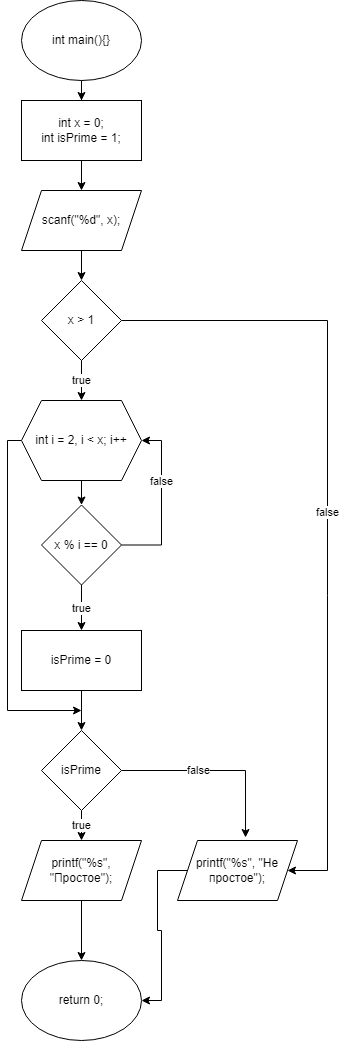
RusinatorDASR/GB_Algorithms keeps this draw.io diagram as DZ2 Diagram.png. Above is the earlier version. Source tidied: cells renumbered, new cells last; positions are measured from the earlier drawing's top-left corner, leaving out a move shared by most shapes. The source it was exported from:
```xml
<mxGraphModel>
  <root>
    <mxCell id="0" />
    <mxCell id="1" parent="0" />
    <mxCell id="2" style="edgeStyle=orthogonalEdgeStyle;rounded=0;jettySize=auto;html=1;entryX=0.5;entryY=0;entryDx=0;entryDy=0;" parent="1" edge="1" source="3" target="7">
      <mxGeometry relative="1" as="geometry" />
    </mxCell>
    <mxCell id="3" value="int x = 0;&lt;br&gt;int isPrime = 1;" style="rounded=0;whiteSpace=wrap;html=1;" parent="1" vertex="1">
      <mxGeometry x="14" y="100" width="120" height="60" as="geometry" />
    </mxCell>
    <mxCell id="4" style="edgeStyle=orthogonalEdgeStyle;rounded=0;jettySize=auto;html=1;entryX=0.5;entryY=0;entryDx=0;entryDy=0;" parent="1" edge="1" source="5" target="3">
      <mxGeometry relative="1" as="geometry" />
    </mxCell>
    <mxCell id="5" value="int main(){}" style="ellipse;whiteSpace=wrap;html=1;" parent="1" vertex="1">
      <mxGeometry x="14" width="120" height="80" as="geometry" />
    </mxCell>
    <mxCell id="6" style="edgeStyle=orthogonalEdgeStyle;rounded=0;jettySize=auto;html=1;entryX=0.5;entryY=0;entryDx=0;entryDy=0;" parent="1" edge="1" source="7" target="10">
      <mxGeometry relative="1" as="geometry" />
    </mxCell>
    <mxCell id="7" value="scanf(&quot;%d&quot;, x);" style="shape=parallelogram;perimeter=parallelogramPerimeter;whiteSpace=wrap;html=1;fixedSize=1;" parent="1" vertex="1">
      <mxGeometry x="14" y="190" width="120" height="60" as="geometry" />
    </mxCell>
    <mxCell id="8" value="false" style="edgeStyle=orthogonalEdgeStyle;rounded=0;jettySize=auto;html=1;entryX=1;entryY=0.5;entryDx=0;entryDy=0;" parent="1" edge="1" source="10" target="26">
      <mxGeometry relative="1" as="geometry">
        <Array as="points">
          <mxPoint x="320" y="320" />
          <mxPoint x="320" y="870" />
        </Array>
      </mxGeometry>
    </mxCell>
    <mxCell id="9" value="true" style="edgeStyle=orthogonalEdgeStyle;rounded=0;jettySize=auto;html=1;entryX=0.5;entryY=0;entryDx=0;entryDy=0;" parent="1" edge="1" source="10" target="13">
      <mxGeometry relative="1" as="geometry" />
    </mxCell>
    <mxCell id="10" value="x &amp;gt; 1" style="rhombus;whiteSpace=wrap;html=1;" parent="1" vertex="1">
      <mxGeometry x="34" y="280" width="80" height="80" as="geometry" />
    </mxCell>
    <mxCell id="11" style="edgeStyle=orthogonalEdgeStyle;rounded=0;jettySize=auto;html=1;entryX=0.5;entryY=0;entryDx=0;entryDy=0;" parent="1" edge="1" source="13" target="16">
      <mxGeometry relative="1" as="geometry" />
    </mxCell>
    <mxCell id="12" style="edgeStyle=orthogonalEdgeStyle;rounded=0;jettySize=auto;html=1;" parent="1" edge="1" source="13">
      <mxGeometry relative="1" as="geometry">
        <mxPoint x="74" y="710" as="targetPoint" />
        <Array as="points">
          <mxPoint y="440" />
          <mxPoint y="710" />
        </Array>
      </mxGeometry>
    </mxCell>
    <mxCell id="13" value="int i = 2, i &amp;lt; x; i++" style="shape=hexagon;perimeter=hexagonPerimeter2;whiteSpace=wrap;html=1;fixedSize=1;" parent="1" vertex="1">
      <mxGeometry x="14" y="400" width="120" height="80" as="geometry" />
    </mxCell>
    <mxCell id="14" value="false" style="edgeStyle=orthogonalEdgeStyle;rounded=0;jettySize=auto;html=1;entryX=1;entryY=0.5;entryDx=0;entryDy=0;" parent="1" edge="1" source="16" target="13">
      <mxGeometry x="0.27" relative="1" as="geometry">
        <Array as="points">
          <mxPoint x="154" y="545" />
          <mxPoint x="154" y="440" />
        </Array>
      </mxGeometry>
    </mxCell>
    <mxCell id="15" value="true" style="edgeStyle=orthogonalEdgeStyle;rounded=0;jettySize=auto;html=1;entryX=0.5;entryY=0;entryDx=0;entryDy=0;" parent="1" edge="1" source="16" target="18">
      <mxGeometry relative="1" as="geometry" />
    </mxCell>
    <mxCell id="16" value="x % i == 0" style="rhombus;whiteSpace=wrap;html=1;" parent="1" vertex="1">
      <mxGeometry x="34" y="504.5" width="80" height="80" as="geometry" />
    </mxCell>
    <mxCell id="17" style="edgeStyle=orthogonalEdgeStyle;rounded=0;jettySize=auto;html=1;entryX=0.5;entryY=0;entryDx=0;entryDy=0;" parent="1" edge="1" source="18" target="22">
      <mxGeometry relative="1" as="geometry" />
    </mxCell>
    <mxCell id="18" value="isPrime = 0" style="rounded=0;whiteSpace=wrap;html=1;" parent="1" vertex="1">
      <mxGeometry x="14" y="630" width="120" height="60" as="geometry" />
    </mxCell>
    <mxCell id="19" value="true" style="edgeStyle=orthogonalEdgeStyle;rounded=0;jettySize=auto;html=1;entryX=0.5;entryY=0;entryDx=0;entryDy=0;" parent="1" edge="1" source="22" target="24">
      <mxGeometry relative="1" as="geometry" />
    </mxCell>
    <mxCell id="20" style="edgeStyle=orthogonalEdgeStyle;rounded=0;jettySize=auto;html=1;entryX=0.567;entryY=-0.05;entryDx=0;entryDy=0;entryPerimeter=0;" parent="1" edge="1" source="22" target="26">
      <mxGeometry relative="1" as="geometry" />
    </mxCell>
    <mxCell id="21" value="false" style="edgeLabel;html=1;align=center;verticalAlign=middle;" parent="20" vertex="1">
      <mxGeometry x="-0.2" y="1" relative="1" as="geometry" />
    </mxCell>
    <mxCell id="22" value="isPrime" style="rhombus;whiteSpace=wrap;html=1;" parent="1" vertex="1">
      <mxGeometry x="34" y="730" width="80" height="80" as="geometry" />
    </mxCell>
    <mxCell id="23" style="edgeStyle=orthogonalEdgeStyle;rounded=0;jettySize=auto;html=1;entryX=0.5;entryY=0;entryDx=0;entryDy=0;" parent="1" edge="1" source="24" target="27">
      <mxGeometry relative="1" as="geometry" />
    </mxCell>
    <mxCell id="24" value="printf(&quot;%s&quot;, &quot;Простое&quot;);" style="shape=parallelogram;perimeter=parallelogramPerimeter;whiteSpace=wrap;html=1;fixedSize=1;" parent="1" vertex="1">
      <mxGeometry x="14" y="840" width="120" height="60" as="geometry" />
    </mxCell>
    <mxCell id="25" style="edgeStyle=orthogonalEdgeStyle;rounded=0;jettySize=auto;html=1;entryX=1;entryY=0.5;entryDx=0;entryDy=0;" parent="1" edge="1" source="26" target="27">
      <mxGeometry relative="1" as="geometry" />
    </mxCell>
    <mxCell id="26" value="&lt;span&gt;printf(&quot;%s&quot;, &quot;Не простое&quot;);&lt;/span&gt;" style="shape=parallelogram;perimeter=parallelogramPerimeter;whiteSpace=wrap;html=1;fixedSize=1;" parent="1" vertex="1">
      <mxGeometry x="170" y="840" width="120" height="60" as="geometry" />
    </mxCell>
    <mxCell id="27" value="return 0;" style="ellipse;whiteSpace=wrap;html=1;" parent="1" vertex="1">
      <mxGeometry x="14" y="960" width="120" height="80" as="geometry" />
    </mxCell>
  </root>
</mxGraphModel>
```
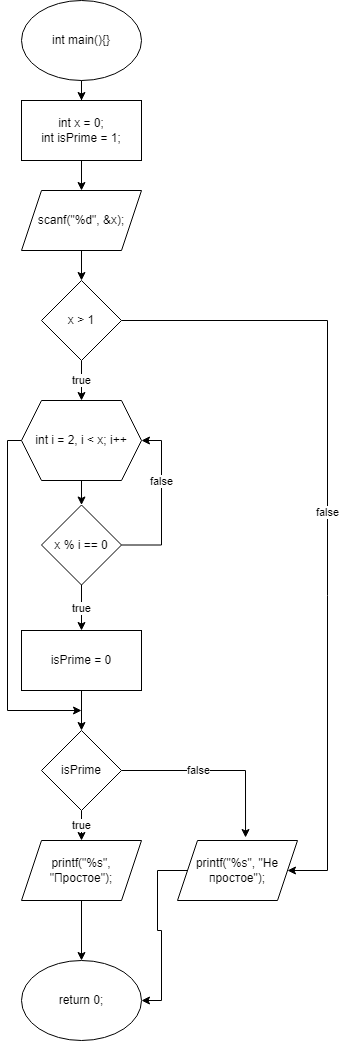
After the change.

Diff of the diagram source:
```diff
@@ -17,7 +17,7 @@
     <mxCell id="6" style="edgeStyle=orthogonalEdgeStyle;rounded=0;jettySize=auto;html=1;entryX=0.5;entryY=0;entryDx=0;entryDy=0;" parent="1" edge="1" source="7" target="10">
       <mxGeometry relative="1" as="geometry" />
     </mxCell>
-    <mxCell id="7" value="scanf(&quot;%d&quot;, x);" style="shape=parallelogram;perimeter=parallelogramPerimeter;whiteSpace=wrap;html=1;fixedSize=1;" parent="1" vertex="1">
+    <mxCell id="7" value="scanf(&quot;%d&quot;, &amp;amp;x);" style="shape=parallelogram;perimeter=parallelogramPerimeter;whiteSpace=wrap;html=1;fixedSize=1;" parent="1" vertex="1">
       <mxGeometry x="14" y="190" width="120" height="60" as="geometry" />
     </mxCell>
     <mxCell id="8" value="false" style="edgeStyle=orthogonalEdgeStyle;rounded=0;jettySize=auto;html=1;entryX=1;entryY=0.5;entryDx=0;entryDy=0;" parent="1" edge="1" source="10" target="26">
```
